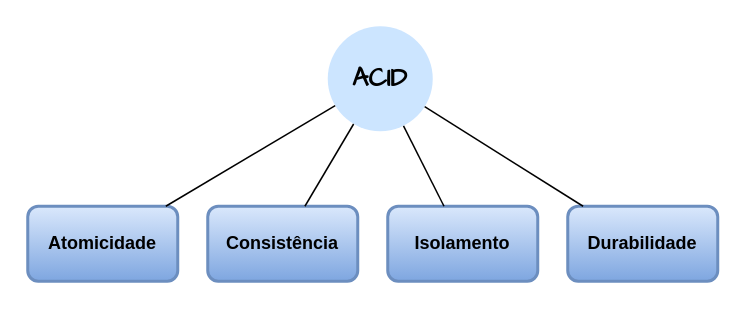
The draw.io diagram ACID.drawio in hpbonfim/draw.io, before the edit. Source tidied: cells renumbered, new cells numbered last; positions are measured from the earlier drawing's top-left corner, leaving out a move shared by most shapes. Both pictures are drawn from the tidied source at 150%, with x=0, y=0 at pixel (27, 26).
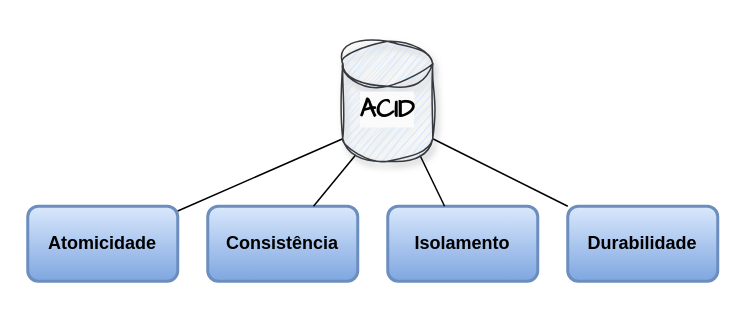
The same page after the edit.

The edit, as a diff of the source:
```diff
@@
 <mxGraphModel>
   <root>
     <mxCell id="0" />
     <mxCell id="1" parent="0" />
-    <mxCell id="2" value="ACID" style="ellipse;strokeWidth=2;whiteSpace=wrap;fillColor=#cce5ff;strokeColor=none;fontStyle=1;fontFamily=Comic Sans MS;fontSize=17;gradientColor=none;shadow=0;" parent="1" vertex="1">
-      <mxGeometry x="200" width="70" height="70" as="geometry" />
-    </mxCell>
     <mxCell id="3" value="Atomicidade" style="rounded=1;absoluteArcSize=1;arcSize=14;whiteSpace=wrap;strokeWidth=2;fillColor=#dae8fc;strokeColor=#6c8ebf;fixedWidth=0;gradientColor=#7ea6e0;fontStyle=1;" parent="1" vertex="1">
       <mxGeometry y="120" width="100" height="50" as="geometry" />
     </mxCell>
     <mxCell id="4" value="Consistência" style="rounded=1;absoluteArcSize=1;arcSize=14;whiteSpace=wrap;strokeWidth=2;fillColor=#dae8fc;strokeColor=#6c8ebf;gradientColor=#7ea6e0;fontStyle=1;" parent="1" vertex="1">
       <mxGeometry x="120" y="120" width="100" height="50" as="geometry" />
     </mxCell>
     <mxCell id="5" value="Isolamento" style="rounded=1;absoluteArcSize=1;arcSize=14;whiteSpace=wrap;strokeWidth=2;fillColor=#dae8fc;strokeColor=#6c8ebf;gradientColor=#7ea6e0;fontStyle=1;" parent="1" vertex="1">
       <mxGeometry x="240" y="120" width="100" height="50" as="geometry" />
     </mxCell>
     <mxCell id="6" value="Durabilidade" style="rounded=1;absoluteArcSize=1;arcSize=14;whiteSpace=wrap;strokeWidth=2;fillColor=#dae8fc;strokeColor=#6c8ebf;gradientColor=#7ea6e0;fontStyle=1;" parent="1" vertex="1">
       <mxGeometry x="360" y="120" width="100" height="50" as="geometry" />
     </mxCell>
-    <mxCell id="7" style="endArrow=none;fontStyle=1;" parent="1" edge="1" source="2" target="3">
+    <mxCell id="7" style="endArrow=none;fontStyle=1;exitX=0;exitY=1;exitDx=0;exitDy=-15;exitPerimeter=0;" parent="1" edge="1" source="2" target="3">
       <mxGeometry relative="1" as="geometry" />
     </mxCell>
-    <mxCell id="8" style="endArrow=none;fontStyle=1;" parent="1" edge="1" source="2" target="4">
+    <mxCell id="8" style="endArrow=none;fontStyle=1;exitX=0.145;exitY=1;exitDx=0;exitDy=-4.35;exitPerimeter=0;" parent="1" edge="1" source="2" target="4">
       <mxGeometry relative="1" as="geometry" />
     </mxCell>
-    <mxCell id="9" style="endArrow=none;fontStyle=1;" parent="1" edge="1" source="2" target="5">
+    <mxCell id="9" style="endArrow=none;fontStyle=1;exitX=0.855;exitY=1;exitDx=0;exitDy=-4.35;exitPerimeter=0;" parent="1" edge="1" source="2" target="5">
       <mxGeometry relative="1" as="geometry" />
     </mxCell>
-    <mxCell id="10" style="endArrow=none;fontStyle=1;" parent="1" edge="1" source="2" target="6">
+    <mxCell id="10" style="endArrow=none;fontStyle=1;exitX=1;exitY=1;exitDx=0;exitDy=-15;exitPerimeter=0;" parent="1" edge="1" source="2" target="6">
       <mxGeometry relative="1" as="geometry" />
     </mxCell>
+    <mxCell id="2" value="&#10;&lt;span style=&quot;color: rgb(0, 0, 0); font-family: &amp;quot;Comic Sans MS&amp;quot;; font-size: 17px; font-style: normal; font-variant-ligatures: normal; font-variant-caps: normal; font-weight: 700; letter-spacing: normal; orphans: 2; text-align: center; text-indent: 0px; text-transform: none; widows: 2; word-spacing: 0px; -webkit-text-stroke-width: 0px; background-color: rgb(251, 251, 251); text-decoration-thickness: initial; text-decoration-style: initial; text-decoration-color: initial; float: none; display: inline !important;&quot;&gt;ACID&lt;/span&gt;&#10;&#10;" style="shape=cylinder3;whiteSpace=wrap;html=1;boundedLbl=1;backgroundOutline=1;size=15;fillColor=#cce5ff;strokeColor=#36393d;sketch=1;curveFitting=1;jiggle=2;shadow=1;" parent="1" vertex="1">
+      <mxGeometry x="210" y="10" width="60" height="80" as="geometry" />
+    </mxCell>
   </root>
 </mxGraphModel>
```
